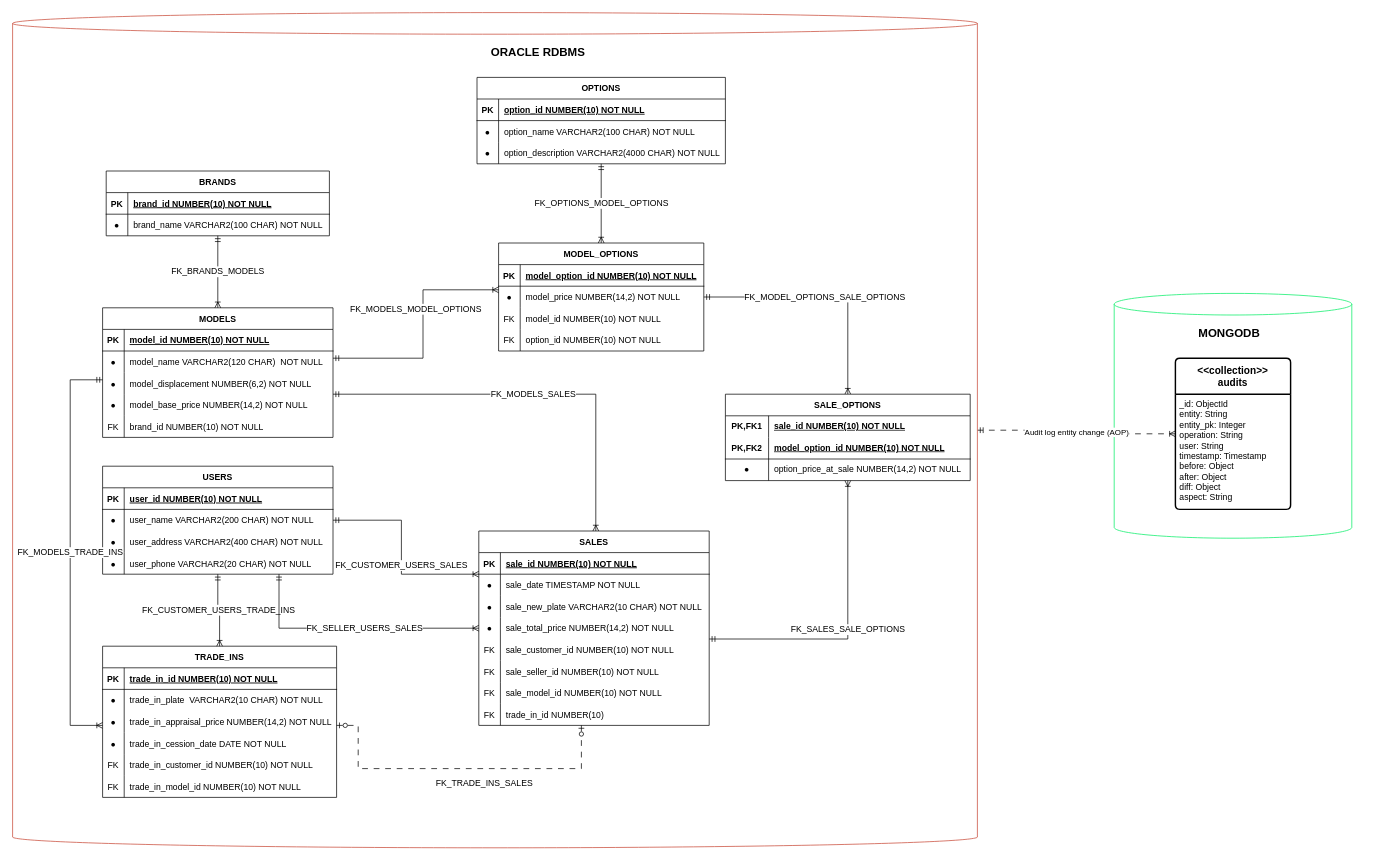
Before: diagrams/motorledger_db_architecture_diagram.drawio in MotorLedger/MotorLedgerDesign, a draw.io diagram. Source tidied: cells renumbered, new cells numbered last; positions are measured from the earlier drawing's top-left corner, leaving out a move shared by most shapes. Both pictures are drawn from the tidied source at 72%, with x=0, y=0 at pixel (12, 12).
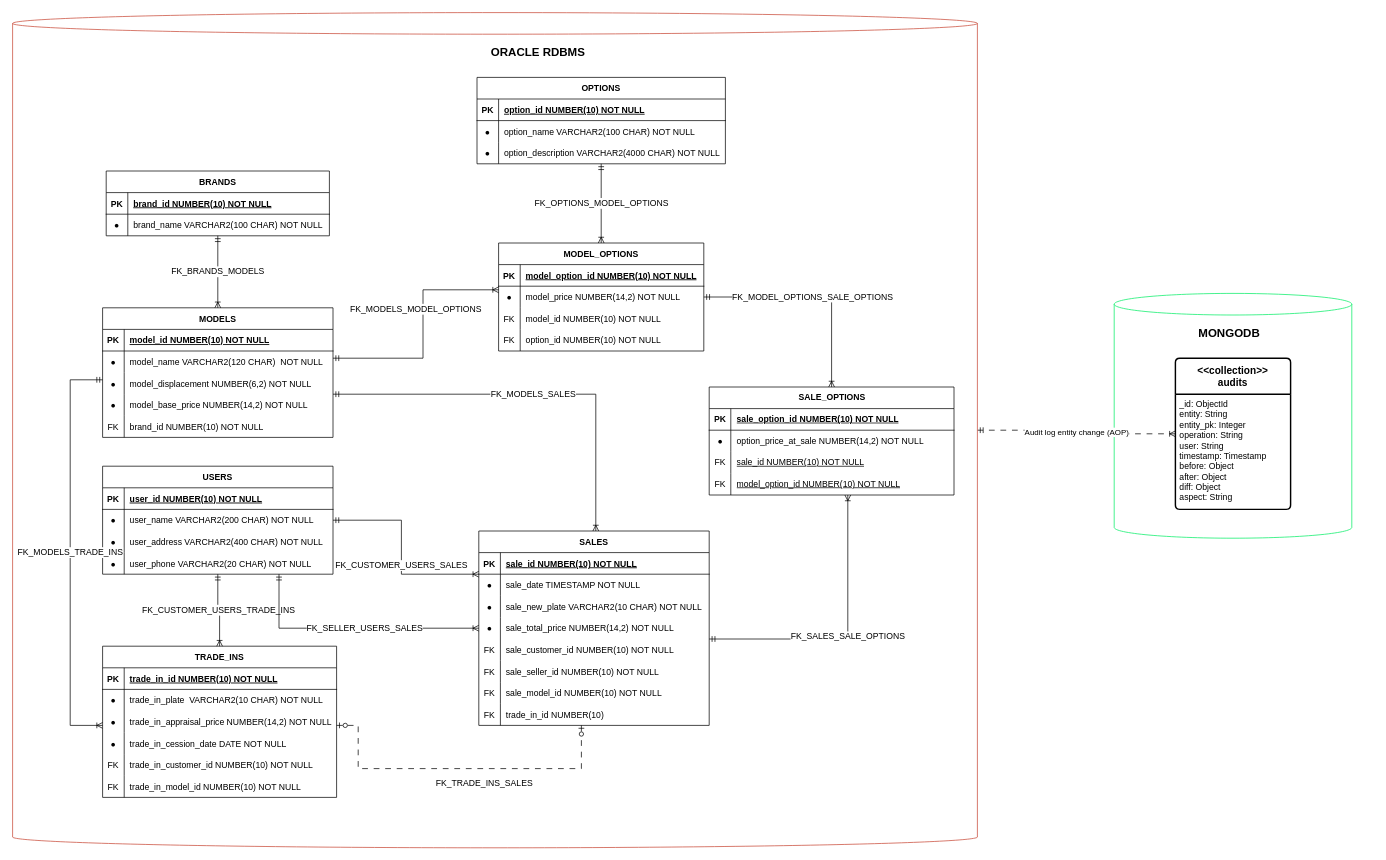
After the change.

Commit message (it also covers changes not shown here):
update the database schema: add the sale_option_id column as an identity in the sale_options table and adjust the primary and foreign key constraints

Change to the diagram source:
```diff
@@
-    <mxCell id="123" value="&lt;span style=&quot;text-wrap-mode: nowrap;&quot;&gt;SALE_OPTIONS&lt;/span&gt;" style="shape=table;startSize=30;childLayout=tableLayout;rowLines=0;fontStyle=1;align=center;html=1;whiteSpace=wrap;" parent="1" vertex="1">
-      <mxGeometry x="990" y="530" width="340" height="120" as="geometry" />
+    <mxCell id="123" value="SALE_OPTIONS" style="shape=table;startSize=30;childLayout=tableLayout;rowLines=0;fontStyle=1;align=center;html=1;" parent="1" vertex="1">
+      <mxGeometry x="967.5" y="520" width="340" height="150" as="geometry" />
     </mxCell>
-    <mxCell id="124" style="shape=tableRow;horizontal=0;startSize=0;swimlaneHead=0;swimlaneBody=0;fillColor=none;top=0;left=0;right=0;bottom=0;html=1;" parent="123" vertex="1">
-      <mxGeometry y="30" width="340" height="30" as="geometry" />
-    </mxCell>
-    <mxCell id="125" value="PK,FK1" style="shape=partialRectangle;fillColor=none;top=0;left=0;bottom=0;right=0;fontStyle=1;overflow=hidden;html=1;whiteSpace=wrap;" parent="124" vertex="1">
-      <mxGeometry width="60" height="30" as="geometry" />
-    </mxCell>
-    <mxCell id="126" value="&lt;span style=&quot;text-wrap-mode: nowrap;&quot;&gt;sale_id NUMBER(10)&amp;nbsp;NOT NULL&lt;/span&gt;" style="shape=partialRectangle;fillColor=none;top=0;left=0;bottom=0;right=0;align=left;spacingLeft=6;fontStyle=5;overflow=hidden;html=1;whiteSpace=wrap;" parent="124" vertex="1">
-      <mxGeometry x="60" width="280" height="30" as="geometry" />
-    </mxCell>
-    <mxCell id="127" style="shape=tableRow;horizontal=0;startSize=0;swimlaneHead=0;swimlaneBody=0;fillColor=none;top=0;left=0;right=0;bottom=1;html=1;" parent="123" vertex="1">
-      <mxGeometry y="60" width="340" height="30" as="geometry" />
-    </mxCell>
-    <mxCell id="128" value="PK,FK2" style="shape=partialRectangle;fillColor=none;top=0;left=0;bottom=0;right=0;fontStyle=1;overflow=hidden;html=1;whiteSpace=wrap;" parent="127" vertex="1">
-      <mxGeometry width="60" height="30" as="geometry" />
-    </mxCell>
-    <mxCell id="129" value="&lt;span style=&quot;text-wrap-mode: nowrap;&quot;&gt;model_option_id NUMBER(10) NOT NULL&lt;/span&gt;" style="shape=partialRectangle;fillColor=none;top=0;left=0;bottom=0;right=0;align=left;spacingLeft=6;fontStyle=5;overflow=hidden;html=1;whiteSpace=wrap;" parent="127" vertex="1">
-      <mxGeometry x="60" width="280" height="30" as="geometry" />
-    </mxCell>
-    <mxCell id="130" style="shape=tableRow;horizontal=0;startSize=0;swimlaneHead=0;swimlaneBody=0;fillColor=none;top=0;left=0;right=0;bottom=0;html=1;" parent="123" vertex="1">
-      <mxGeometry y="90" width="340" height="30" as="geometry" />
-    </mxCell>
+    <mxCell id="133" style="shape=tableRow;horizontal=0;startSize=0;swimlaneHead=0;swimlaneBody=0;fillColor=none;top=0;left=0;right=0;bottom=1;" parent="123" vertex="1">
+      <mxGeometry y="30" width="340" height="30" as="geometry" />
+    </mxCell>
+    <mxCell id="134" value="PK" style="shape=partialRectangle;fillColor=none;top=0;left=0;bottom=0;right=0;fontStyle=1;overflow=hidden;whiteSpace=wrap;html=1;" parent="133" vertex="1">
+      <mxGeometry width="30" height="30" as="geometry" />
+    </mxCell>
+    <mxCell id="135" value="sale_option_id NUMBER(10) NOT NULL" style="shape=partialRectangle;fillColor=none;top=0;left=0;bottom=0;right=0;align=left;spacingLeft=6;fontStyle=5;overflow=hidden;whiteSpace=wrap;html=1;" parent="133" vertex="1">
+      <mxGeometry x="30" width="310" height="30" as="geometry" />
+    </mxCell>
+    <mxCell id="136" style="shape=tableRow;horizontal=0;startSize=0;swimlaneHead=0;swimlaneBody=0;fillColor=none;top=0;left=0;right=0;bottom=0;" parent="123" vertex="1">
+      <mxGeometry y="60" width="340" height="30" as="geometry" />
+    </mxCell>
-    <mxCell id="131" value="&lt;span style=&quot;text-wrap-mode: nowrap;&quot;&gt;●&lt;/span&gt;" style="shape=partialRectangle;fillColor=none;top=0;left=0;bottom=0;right=0;overflow=hidden;html=1;whiteSpace=wrap;" parent="130" vertex="1">
-      <mxGeometry width="60" height="30" as="geometry" />
+    <mxCell id="131" value="&lt;span style=&quot;text-wrap-mode: nowrap;&quot;&gt;●&lt;/span&gt;" style="shape=partialRectangle;fillColor=none;top=0;left=0;bottom=0;right=0;overflow=hidden;whiteSpace=wrap;html=1;" parent="136" vertex="1">
+      <mxGeometry width="30" height="30" as="geometry" />
     </mxCell>
-    <mxCell id="132" value="&lt;span style=&quot;text-wrap-mode: nowrap;&quot;&gt;option_price_at_sale NUMBER(14,2) NOT NULL&lt;/span&gt;" style="shape=partialRectangle;fillColor=none;top=0;left=0;bottom=0;right=0;align=left;spacingLeft=6;overflow=hidden;html=1;whiteSpace=wrap;" parent="130" vertex="1">
-      <mxGeometry x="60" width="280" height="30" as="geometry" />
+    <mxCell id="132" value="&lt;span style=&quot;text-wrap-mode: nowrap;&quot;&gt;option_price_at_sale NUMBER(14,2) NOT NULL&lt;/span&gt;" style="shape=partialRectangle;fillColor=none;top=0;left=0;bottom=0;right=0;align=left;spacingLeft=6;overflow=hidden;whiteSpace=wrap;html=1;" parent="136" vertex="1">
+      <mxGeometry x="30" width="310" height="30" as="geometry" />
     </mxCell>
+    <mxCell id="137" style="shape=tableRow;horizontal=0;startSize=0;swimlaneHead=0;swimlaneBody=0;fillColor=none;top=0;left=0;right=0;bottom=0;" parent="123" vertex="1">
+      <mxGeometry y="90" width="340" height="30" as="geometry" />
+    </mxCell>
+    <mxCell id="138" value="FK" style="shape=partialRectangle;fillColor=none;top=0;left=0;bottom=0;right=0;overflow=hidden;whiteSpace=wrap;html=1;" parent="137" vertex="1">
+      <mxGeometry width="30" height="30" as="geometry" />
+    </mxCell>
+    <mxCell id="126" value="&lt;span style=&quot;text-wrap-mode: nowrap; text-decoration-line: underline;&quot;&gt;sale_id NUMBER(10)&amp;nbsp;NOT NULL&lt;/span&gt;" style="shape=partialRectangle;fillColor=none;top=0;left=0;bottom=0;right=0;align=left;spacingLeft=6;overflow=hidden;whiteSpace=wrap;html=1;" parent="137" vertex="1">
+      <mxGeometry x="30" width="310" height="30" as="geometry" />
+    </mxCell>
+    <mxCell id="139" style="shape=tableRow;horizontal=0;startSize=0;swimlaneHead=0;swimlaneBody=0;fillColor=none;top=0;left=0;right=0;bottom=0;" parent="123" vertex="1">
+      <mxGeometry y="120" width="340" height="30" as="geometry" />
+    </mxCell>
+    <mxCell id="140" value="FK" style="shape=partialRectangle;fillColor=none;top=0;left=0;bottom=0;right=0;overflow=hidden;whiteSpace=wrap;html=1;" parent="139" vertex="1">
+      <mxGeometry width="30" height="30" as="geometry" />
+    </mxCell>
+    <mxCell id="129" value="&lt;span style=&quot;text-wrap-mode: nowrap; text-decoration-line: underline;&quot;&gt;model_option_id NUMBER(10) NOT NULL&lt;/span&gt;" style="shape=partialRectangle;fillColor=none;top=0;left=0;bottom=0;right=0;align=left;spacingLeft=6;overflow=hidden;whiteSpace=wrap;html=1;" parent="139" vertex="1">
+      <mxGeometry x="30" width="310" height="30" as="geometry" />
+    </mxCell>
```
